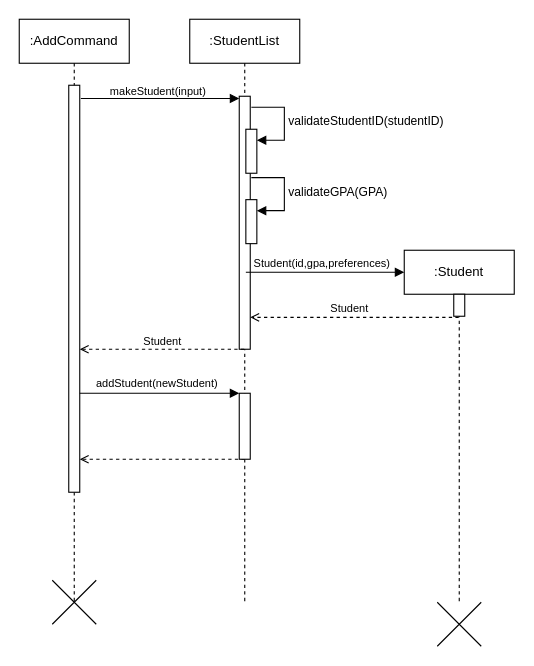
paulktham/tp keeps this draw.io diagram as docs/Untitled Diagram.drawio. Above is the earlier version. Source tidied: cells renumbered, new cells numbered last; positions are measured from the earlier drawing's top-left corner, leaving out a move shared by most shapes. Both pictures are drawn from the tidied source at 110%, with x=0, y=0 at pixel (19, 19).
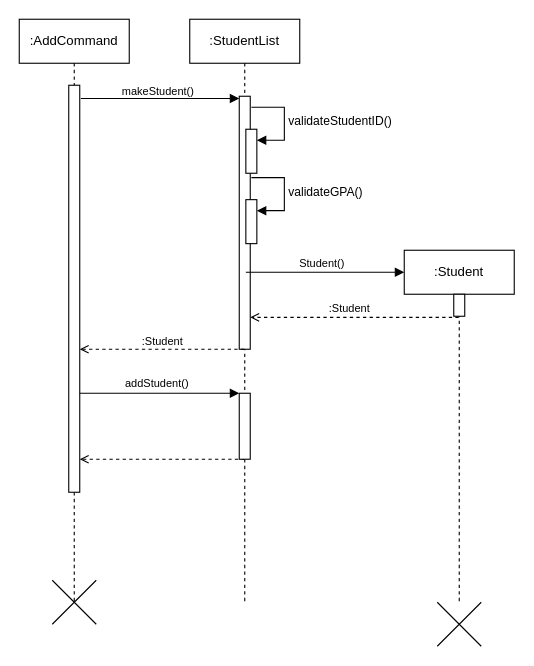
After the change.

Commit message:
Updated Drawing student list

Unchanged cells that the change refers to:
```xml
<mxCell id="7" value=":StudentList" style="shape=umlLifeline;perimeter=lifelinePerimeter;whiteSpace=wrap;html=1;newEdgeStyle={&quot;edgeStyle&quot;:&quot;elbowEdgeStyle&quot;,&quot;elbow&quot;:&quot;vertical&quot;,&quot;curved&quot;:0,&quot;rounded&quot;:0};" parent="1" vertex="1">
  <mxGeometry x="155" width="100" height="530" as="geometry" />
</mxCell>
<mxCell id="9" style="html=1;points=[[0,0,0,0,5],[0,1,0,0,-5],[1,0,0,0,5],[1,1,0,0,-5]];perimeter=orthogonalPerimeter;outlineConnect=0;targetShapes=umlLifeline;portConstraint=eastwest;newEdgeStyle={&quot;curved&quot;:0,&quot;rounded&quot;:0};" parent="7" vertex="1">
  <mxGeometry x="51" y="100" width="10" height="40" as="geometry" />
</mxCell>
<mxCell id="22" style="html=1;points=[[0,0,0,0,5],[0,1,0,0,-5],[1,0,0,0,5],[1,1,0,0,-5]];perimeter=orthogonalPerimeter;outlineConnect=0;targetShapes=umlLifeline;portConstraint=eastwest;newEdgeStyle={&quot;curved&quot;:0,&quot;rounded&quot;:0};" parent="1" vertex="1">
  <mxGeometry x="206" y="164" width="10" height="40" as="geometry" />
</mxCell>
```

What changed in the source:
```diff
@@
-    <mxCell id="10" value="validateStudentID(studentID)" style="html=1;align=left;spacingLeft=2;endArrow=block;rounded=0;edgeStyle=orthogonalEdgeStyle;curved=0;rounded=0;" parent="7" edge="1" target="9">
+    <mxCell id="10" value="validateStudentID()" style="html=1;align=left;spacingLeft=2;endArrow=block;rounded=0;edgeStyle=orthogonalEdgeStyle;curved=0;rounded=0;" parent="7" edge="1" target="9">
       <mxGeometry relative="1" as="geometry">
         <mxPoint x="56" y="80" as="sourcePoint" />
         <Array as="points">
           <mxPoint x="86" y="110" />
         </Array>
       </mxGeometry>
     </mxCell>
@@
-    <mxCell id="12" value="&lt;font style=&quot;font-size: 10px;&quot;&gt;makeStudent(input)&lt;/font&gt;" style="text;html=1;align=center;verticalAlign=middle;strokeColor=none;fillColor=none;" parent="1" vertex="1">
-      <mxGeometry x="71" y="50" width="110" height="30" as="geometry" />
+    <mxCell id="12" value="&lt;font style=&quot;font-size: 10px;&quot;&gt;makeStudent()&lt;/font&gt;" style="text;html=1;align=center;verticalAlign=middle;strokeColor=none;fillColor=none;" parent="1" vertex="1">
+      <mxGeometry x="81" y="50" width="90" height="30" as="geometry" />
     </mxCell>
-    <mxCell id="13" value="&lt;font style=&quot;font-size: 10px;&quot;&gt;Student(id,gpa,preferences)&lt;/font&gt;" style="text;html=1;align=center;verticalAlign=middle;strokeColor=none;fillColor=none;" parent="1" vertex="1">
-      <mxGeometry x="200" y="207" width="150" height="30" as="geometry" />
+    <mxCell id="13" value="&lt;font style=&quot;font-size: 10px;&quot;&gt;Student()&lt;/font&gt;" style="text;html=1;align=center;verticalAlign=middle;strokeColor=none;fillColor=none;" parent="1" vertex="1">
+      <mxGeometry x="245" y="207" width="60" height="30" as="geometry" />
     </mxCell>
@@
-    <mxCell id="15" value="&lt;font style=&quot;font-size: 10px;&quot;&gt;Student&lt;/font&gt;" style="text;html=1;align=center;verticalAlign=middle;strokeColor=none;fillColor=none;" parent="1" vertex="1">
+    <mxCell id="15" value="&lt;font style=&quot;font-size: 10px;&quot;&gt;:Student&lt;/font&gt;" style="text;html=1;align=center;verticalAlign=middle;strokeColor=none;fillColor=none;" parent="1" vertex="1">
       <mxGeometry x="270" y="248" width="60" height="30" as="geometry" />
     </mxCell>
@@
-    <mxCell id="17" value="&lt;font style=&quot;font-size: 10px;&quot;&gt;Student&lt;/font&gt;" style="text;html=1;align=center;verticalAlign=middle;strokeColor=none;fillColor=none;" parent="1" vertex="1">
+    <mxCell id="17" value="&lt;font style=&quot;font-size: 10px;&quot;&gt;:Student&lt;/font&gt;" style="text;html=1;align=center;verticalAlign=middle;strokeColor=none;fillColor=none;" parent="1" vertex="1">
       <mxGeometry x="100" y="278" width="60" height="30" as="geometry" />
     </mxCell>
@@
-    <mxCell id="19" value="&lt;font style=&quot;font-size: 10px;&quot;&gt;addStudent(newStudent)&lt;/font&gt;" style="text;html=1;align=center;verticalAlign=middle;strokeColor=none;fillColor=none;" parent="1" vertex="1">
-      <mxGeometry x="60" y="316" width="130" height="30" as="geometry" />
+    <mxCell id="19" value="&lt;font style=&quot;font-size: 10px;&quot;&gt;addStudent()&lt;/font&gt;" style="text;html=1;align=center;verticalAlign=middle;strokeColor=none;fillColor=none;" parent="1" vertex="1">
+      <mxGeometry x="85" y="316" width="80" height="30" as="geometry" />
     </mxCell>
@@
-    <mxCell id="23" value="validateGPA(GPA)" style="html=1;align=left;spacingLeft=2;endArrow=block;rounded=0;edgeStyle=orthogonalEdgeStyle;curved=0;rounded=0;" parent="1" edge="1" target="22">
+    <mxCell id="23" value="validateGPA()" style="html=1;align=left;spacingLeft=2;endArrow=block;rounded=0;edgeStyle=orthogonalEdgeStyle;curved=0;rounded=0;" parent="1" edge="1" target="22">
       <mxGeometry relative="1" as="geometry">
         <mxPoint x="211" y="144" as="sourcePoint" />
         <Array as="points">
           <mxPoint x="241" y="174" />
         </Array>
       </mxGeometry>
     </mxCell>
```
